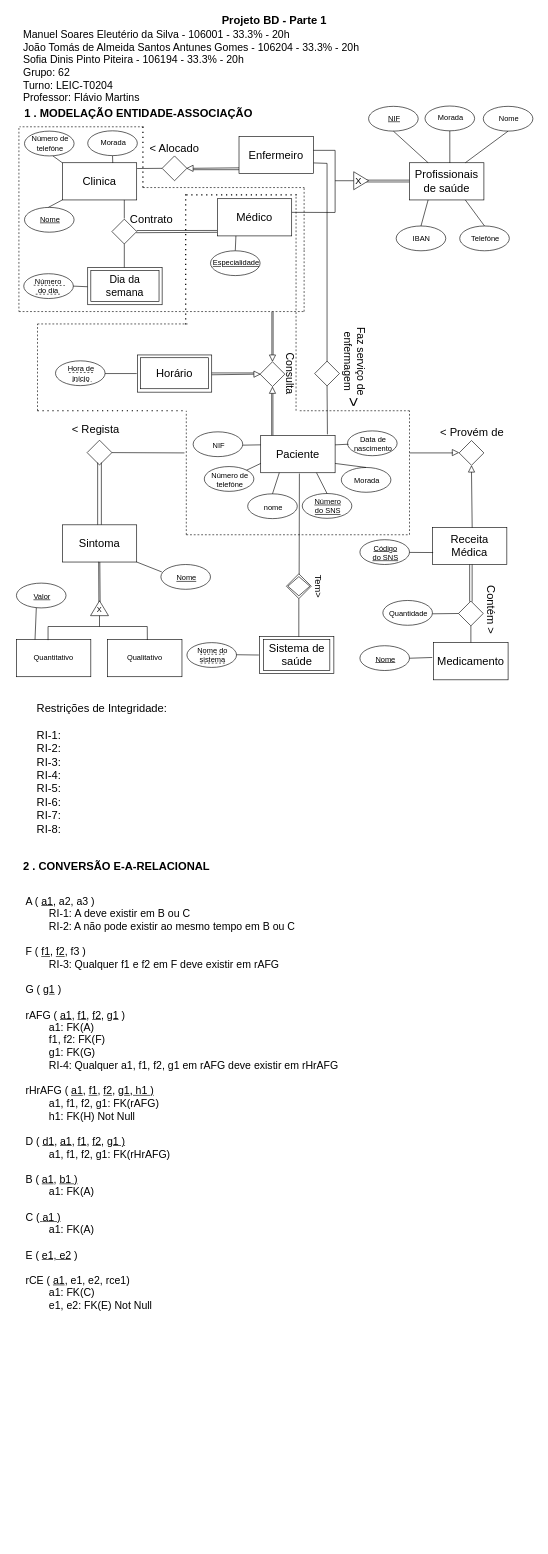
The draw.io diagram Exercicio1.drawio in sofi004/DataBase-Project, before the edit. Source tidied: cells renumbered, new cells numbered last; positions are measured from the earlier drawing's top-left corner, leaving out a move shared by most shapes. Both pictures are drawn from the tidied source at 62%, with x=0, y=0 at pixel (11, 11).
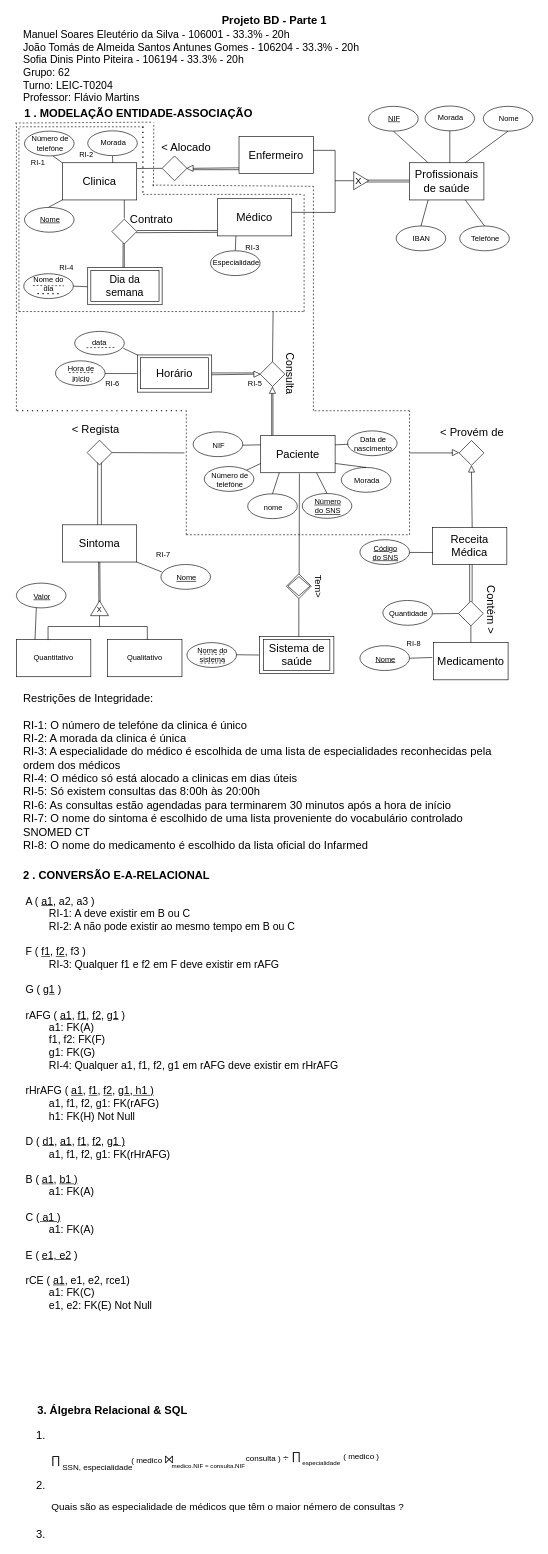
The same diagram, later.

The change refers to these unchanged cells:
```xml
<mxCell id="14" value="&lt;font style=&quot;font-size: 18px;&quot;&gt;Enfermeiro&lt;/font&gt;" style="rounded=0;whiteSpace=wrap;html=1;fontSize=13;" parent="1" vertex="1">
  <mxGeometry x="368" y="202.5" width="120" height="60" as="geometry" />
</mxCell>
<mxCell id="16" style="rhombus;whiteSpace=wrap;html=1;fontSize=18;" parent="1" vertex="1">
  <mxGeometry x="163" y="336" width="40" height="40" as="geometry" />
</mxCell>
<mxCell id="42" style="rhombus;whiteSpace=wrap;html=1;fontSize=18;" parent="1" vertex="1">
  <mxGeometry x="402" y="566" width="40" height="40" as="geometry" />
</mxCell>
<mxCell id="55" style="rounded=0;whiteSpace=wrap;html=1;" parent="1" vertex="1">
  <mxGeometry x="204" y="555" width="120" height="60" as="geometry" />
</mxCell>
<mxCell id="103" style="rounded=0;whiteSpace=wrap;html=1;fontSize=17;" parent="1" vertex="1">
  <mxGeometry x="124" y="414" width="120" height="60" as="geometry" />
</mxCell>
<mxCell id="121" value="&lt;b&gt;1 . MODELAÇÃO ENTIDADE-ASSOCIAÇÃO&lt;/b&gt;" style="text;html=1;strokeColor=none;fillColor=none;align=left;verticalAlign=middle;whiteSpace=wrap;rounded=0;fontSize=18;" parent="1" vertex="1">
  <mxGeometry x="20" y="150.5" width="780" height="30" as="geometry" />
</mxCell>
```

Change to the diagram source:
```diff
@@
     <mxCell id="24" value="&amp;lt; Alocado" style="text;html=1;strokeColor=none;fillColor=none;align=center;verticalAlign=middle;whiteSpace=wrap;rounded=0;fontSize=18;" parent="1" vertex="1">
-      <mxGeometry x="219" y="206.5" width="90" height="30" as="geometry" />
+      <mxGeometry x="238" y="205.5" width="90" height="30" as="geometry" />
     </mxCell>
@@
-    <mxCell id="29" style="endArrow=none;html=1;fontSize=18;exitX=1;exitY=0.5;exitDx=0;exitDy=0;entryX=0;entryY=0.5;entryDx=0;entryDy=0;" parent="1" edge="1" source="31">
+    <mxCell id="29" style="endArrow=none;html=1;fontSize=18;exitX=1;exitY=0.5;exitDx=0;exitDy=0;entryX=0;entryY=0.5;entryDx=0;entryDy=0;" parent="1" edge="1">
       <mxGeometry relative="1" as="geometry">
+        <mxPoint x="100.8" y="444" as="sourcePoint" />
         <mxPoint x="124" y="445" as="targetPoint" />
       </mxGeometry>
     </mxCell>
@@
-    <mxCell id="31" value="Número&lt;br&gt;do dia" style="text;html=1;strokeColor=none;fillColor=none;align=center;verticalAlign=middle;whiteSpace=wrap;rounded=0;fontSize=12;" parent="1" vertex="1">
-      <mxGeometry x="20.2" y="429" width="80.5" height="30" as="geometry" />
-    </mxCell>
-    <mxCell id="32" style="endArrow=none;dashed=1;html=1;fontSize=18;" parent="1" edge="1">
-      <mxGeometry relative="1" as="geometry">
-        <mxPoint x="473" y="385" as="sourcePoint" />
-        <mxPoint x="473" y="285" as="targetPoint" />
-      </mxGeometry>
-    </mxCell>
     <mxCell id="33" style="endArrow=none;dashed=1;html=1;fontSize=18;" parent="1" edge="1">
       <mxGeometry relative="1" as="geometry">
         <mxPoint x="473" y="485" as="sourcePoint" />
-        <mxPoint x="473" y="385" as="targetPoint" />
+        <mxPoint x="473" y="293" as="targetPoint" />
       </mxGeometry>
     </mxCell>
@@
     <mxCell id="37" style="endArrow=none;dashed=1;html=1;dashPattern=1 3;strokeWidth=2;fontSize=18;" parent="1" edge="1">
       <mxGeometry relative="1" as="geometry">
-        <mxPoint x="213" y="285" as="sourcePoint" />
+        <mxPoint x="213" y="293" as="sourcePoint" />
         <mxPoint x="213" y="187" as="targetPoint" />
       </mxGeometry>
     </mxCell>
     <mxCell id="38" style="endArrow=none;dashed=1;html=1;fontSize=18;" parent="1" edge="1">
       <mxGeometry relative="1" as="geometry">
-        <mxPoint x="213" y="285" as="sourcePoint" />
-        <mxPoint x="473.5" y="285" as="targetPoint" />
+        <mxPoint x="228" y="281" as="sourcePoint" />
+        <mxPoint x="488" y="283" as="targetPoint" />
       </mxGeometry>
     </mxCell>
@@
-    <mxCell id="40" style="endArrow=none;html=1;fontSize=18;" parent="1" edge="1">
-      <mxGeometry relative="1" as="geometry">
-        <mxPoint x="510" y="566.8" as="sourcePoint" />
-        <mxPoint x="510" y="246" as="targetPoint" />
-      </mxGeometry>
-    </mxCell>
-    <mxCell id="41" style="rhombus;whiteSpace=wrap;html=1;fontSize=18;" parent="1" vertex="1">
-      <mxGeometry x="490" y="565" width="40" height="40" as="geometry" />
-    </mxCell>
@@
-    <mxCell id="43" style="endArrow=none;html=1;fontSize=18;" parent="1" edge="1">
+    <mxCell id="43" style="endArrow=none;html=1;fontSize=18;exitX=0.5;exitY=0;exitDx=0;exitDy=0;" parent="1" edge="1" source="42">
       <mxGeometry relative="1" as="geometry">
-        <mxPoint x="423" y="555" as="sourcePoint" />
         <mxPoint x="423" y="485" as="targetPoint" />
       </mxGeometry>
     </mxCell>
-    <mxCell id="44" style="endArrow=none;html=1;fontSize=18;" parent="1" edge="1">
-      <mxGeometry relative="1" as="geometry">
-        <mxPoint x="421" y="555" as="sourcePoint" />
-        <mxPoint x="421" y="485" as="targetPoint" />
-      </mxGeometry>
-    </mxCell>
-    <mxCell id="45" style="triangle;whiteSpace=wrap;html=1;fontSize=18;direction=south;fillColor=#FFFFFF;" parent="1" vertex="1">
-      <mxGeometry x="417" y="555" width="10" height="10" as="geometry" />
-    </mxCell>
@@
-    <mxCell id="54" style="endArrow=none;html=1;fontSize=18;entryX=0.5;entryY=1;entryDx=0;entryDy=0;exitX=0.905;exitY=-0.032;exitDx=0;exitDy=0;exitPerimeter=0;" parent="1" edge="1" target="41">
-      <mxGeometry relative="1" as="geometry">
-        <mxPoint x="510.6" y="683.1" as="sourcePoint" />
-      </mxGeometry>
-    </mxCell>
@@
     <mxCell id="61" style="endArrow=none;dashed=1;html=1;fontSize=18;" parent="1" edge="1">
       <mxGeometry relative="1" as="geometry">
-        <mxPoint x="36.8" y="442.6" as="sourcePoint" />
-        <mxPoint x="87" y="443" as="targetPoint" />
+        <mxPoint x="35.6" y="443" as="sourcePoint" />
+        <mxPoint x="85.9" y="443.4" as="targetPoint" />
       </mxGeometry>
     </mxCell>
-    <mxCell id="62" style="endArrow=none;dashed=1;html=1;fontSize=18;" parent="1" edge="1">
-      <mxGeometry relative="1" as="geometry">
-        <mxPoint x="40.1" y="457" as="sourcePoint" />
-        <mxPoint x="79.4" y="457" as="targetPoint" />
-      </mxGeometry>
-    </mxCell>
@@
-    <mxCell id="65" value="&lt;u&gt;Especialidade&lt;/u&gt;" style="text;html=1;strokeColor=none;fillColor=none;align=center;verticalAlign=middle;whiteSpace=wrap;rounded=0;fontSize=12;" parent="1" vertex="1">
+    <mxCell id="65" value="Especialidade" style="text;html=1;strokeColor=none;fillColor=none;align=center;verticalAlign=middle;whiteSpace=wrap;rounded=0;fontSize=12;" parent="1" vertex="1">
       <mxGeometry x="323.5" y="397" width="78.5" height="19" as="geometry" />
     </mxCell>
@@
-    <mxCell id="72" style="endArrow=none;html=1;fontSize=18;exitX=1.004;exitY=0.713;exitDx=0;exitDy=0;exitPerimeter=0;" parent="1" edge="1" source="14">
-      <mxGeometry relative="1" as="geometry">
-        <mxPoint x="510" y="246" as="targetPoint" />
-      </mxGeometry>
-    </mxCell>
-    <mxCell id="73" style="endArrow=none;dashed=1;html=1;dashPattern=1 3;strokeWidth=2;fontSize=18;" parent="1" edge="1">
-      <mxGeometry relative="1" as="geometry">
-        <mxPoint x="283" y="297" as="sourcePoint" />
-        <mxPoint x="463" y="297" as="targetPoint" />
-      </mxGeometry>
-    </mxCell>
-    <mxCell id="74" style="endArrow=none;dashed=1;html=1;dashPattern=1 3;strokeWidth=2;fontSize=18;" parent="1" edge="1">
-      <mxGeometry relative="1" as="geometry">
-        <mxPoint x="282" y="506" as="sourcePoint" />
-        <mxPoint x="282" y="296" as="targetPoint" />
-      </mxGeometry>
-    </mxCell>
     <mxCell id="75" style="endArrow=none;dashed=1;html=1;fontSize=18;" parent="1" edge="1">
       <mxGeometry relative="1" as="geometry">
-        <mxPoint x="460" y="645" as="sourcePoint" />
-        <mxPoint x="460" y="296" as="targetPoint" />
+        <mxPoint x="488" y="645" as="sourcePoint" />
+        <mxPoint x="488" y="283" as="targetPoint" />
       </mxGeometry>
     </mxCell>
-    <mxCell id="76" style="endArrow=none;dashed=1;html=1;fontSize=18;" parent="1" edge="1">
-      <mxGeometry relative="1" as="geometry">
-        <mxPoint x="43" y="505" as="sourcePoint" />
-        <mxPoint x="285" y="505" as="targetPoint" />
-      </mxGeometry>
-    </mxCell>
     <mxCell id="77" style="endArrow=none;dashed=1;html=1;fontSize=18;" parent="1" edge="1">
       <mxGeometry relative="1" as="geometry">
-        <mxPoint x="43" y="645" as="sourcePoint" />
-        <mxPoint x="43" y="505" as="targetPoint" />
+        <mxPoint x="9" y="645" as="sourcePoint" />
+        <mxPoint x="9" y="181.9" as="targetPoint" />
       </mxGeometry>
     </mxCell>
     <mxCell id="78" style="endArrow=none;dashed=1;html=1;dashPattern=1 3;strokeWidth=2;fontSize=18;" parent="1" edge="1">
       <mxGeometry relative="1" as="geometry">
-        <mxPoint x="43" y="645" as="sourcePoint" />
+        <mxPoint x="10" y="645" as="sourcePoint" />
         <mxPoint x="283" y="645" as="targetPoint" />
       </mxGeometry>
     </mxCell>
@@
     <mxCell id="99" style="endArrow=none;dashed=1;html=1;fontSize=18;" parent="1" edge="1">
       <mxGeometry relative="1" as="geometry">
         <mxPoint x="643" y="645" as="sourcePoint" />
-        <mxPoint x="463" y="645" as="targetPoint" />
+        <mxPoint x="490" y="645" as="targetPoint" />
       </mxGeometry>
     </mxCell>
@@
-    <mxCell id="106" value="Faz serviço de&lt;br&gt;enfermagem" style="text;html=1;strokeColor=none;fillColor=none;align=center;verticalAlign=middle;whiteSpace=wrap;rounded=0;fontSize=17;rotation=90;" parent="1" vertex="1">
-      <mxGeometry x="487.5" y="550" width="134" height="30" as="geometry" />
-    </mxCell>
-    <mxCell id="107" value="&lt;font style=&quot;font-size: 26px;&quot;&gt;&amp;gt;&lt;/font&gt;" style="text;html=1;strokeColor=none;fillColor=none;align=center;verticalAlign=middle;whiteSpace=wrap;rounded=0;fontSize=17;rotation=90;" parent="1" vertex="1">
-      <mxGeometry x="523.5" y="616" width="60" height="30" as="geometry" />
-    </mxCell>
@@
-    <mxCell id="120" value="Restrições de Integridade:&lt;br&gt;&lt;br&gt;RI-1:&lt;br&gt;RI-2:&lt;br&gt;RI-3:&lt;br&gt;RI-4:&lt;br&gt;RI-5:&lt;br&gt;RI-6:&lt;br&gt;RI-7:&lt;br&gt;RI-8:" style="text;html=1;strokeColor=none;fillColor=none;align=left;verticalAlign=middle;whiteSpace=wrap;rounded=0;fontSize=18;" parent="1" vertex="1">
-      <mxGeometry x="40" y="1113" width="760" height="220" as="geometry" />
+    <mxCell id="120" value="Restrições de Integridade:&lt;br&gt;&lt;br&gt;RI-1: O número de telefóne da clinica é único&lt;br&gt;RI-2: A morada da clinica é única&amp;nbsp;&lt;br&gt;RI-3: A especialidade do médico é escolhida de uma lista de especialidades reconhecidas pela ordem dos médicos&lt;br&gt;RI-4: O médico só está alocado a clinicas em dias úteis&lt;br&gt;RI-5: Só existem consultas das 8:00h às 20:00h&lt;br&gt;RI-6: As consultas estão agendadas para terminarem 30 minutos após a hora de início&lt;br&gt;RI-7: O nome do sintoma é escolhido de uma lista proveniente do vocabulário controlado SNOMED CT&lt;br&gt;RI-8: O nome do medicamento é escolhido da lista oficial do Infarmed" style="text;html=1;strokeColor=none;fillColor=none;align=left;verticalAlign=middle;whiteSpace=wrap;rounded=0;fontSize=18;" parent="1" vertex="1">
+      <mxGeometry x="17.5" y="1103" width="760" height="250" as="geometry" />
     </mxCell>
@@
     <mxCell id="122" value="&lt;b&gt;2 . CONVERSÃO E-A-RELACIONAL&lt;/b&gt;" style="text;html=1;strokeColor=none;fillColor=none;align=left;verticalAlign=middle;whiteSpace=wrap;rounded=0;fontSize=18;" parent="1" vertex="1">
-      <mxGeometry x="18" y="1366" width="780" height="30" as="geometry" />
+      <mxGeometry x="18" y="1379" width="780" height="30" as="geometry" />
     </mxCell>
@@
+    <mxCell id="182" value="RI-1" style="text;html=1;strokeColor=none;fillColor=none;align=center;verticalAlign=middle;whiteSpace=wrap;rounded=0;" parent="1" vertex="1">
+      <mxGeometry x="13.5" y="229.5" width="60" height="30" as="geometry" />
+    </mxCell>
+    <mxCell id="183" value="RI-2" style="text;html=1;strokeColor=none;fillColor=none;align=center;verticalAlign=middle;whiteSpace=wrap;rounded=0;" parent="1" vertex="1">
+      <mxGeometry x="92" y="217.5" width="60" height="30" as="geometry" />
+    </mxCell>
+    <mxCell id="184" value="RI-3" style="text;html=1;strokeColor=none;fillColor=none;align=center;verticalAlign=middle;whiteSpace=wrap;rounded=0;" parent="1" vertex="1">
+      <mxGeometry x="360" y="367" width="60" height="30" as="geometry" />
+    </mxCell>
+    <mxCell id="185" value="RI-4" style="text;html=1;strokeColor=none;fillColor=none;align=center;verticalAlign=middle;whiteSpace=wrap;rounded=0;" parent="1" vertex="1">
+      <mxGeometry x="60" y="399" width="60" height="30" as="geometry" />
+    </mxCell>
+    <mxCell id="186" value="data" style="ellipse;whiteSpace=wrap;html=1;" parent="1" vertex="1">
+      <mxGeometry x="103" y="517" width="80" height="38" as="geometry" />
+    </mxCell>
+    <mxCell id="187" style="endArrow=none;html=1;exitX=0;exitY=0;exitDx=0;exitDy=0;entryX=0.981;entryY=0.716;entryDx=0;entryDy=0;entryPerimeter=0;" parent="1" edge="1" source="55" target="186">
+      <mxGeometry relative="1" as="geometry" />
+    </mxCell>
+    <mxCell id="188" style="endArrow=none;dashed=1;html=1;" parent="1" edge="1">
+      <mxGeometry relative="1" as="geometry">
+        <mxPoint x="167" y="543" as="sourcePoint" />
+        <mxPoint x="119" y="543.2" as="targetPoint" />
+      </mxGeometry>
+    </mxCell>
+    <mxCell id="189" value="Nome do" style="text;html=1;strokeColor=none;fillColor=none;align=center;verticalAlign=middle;whiteSpace=wrap;rounded=0;" parent="1" vertex="1">
+      <mxGeometry x="30.8" y="419" width="60" height="30" as="geometry" />
+    </mxCell>
+    <mxCell id="190" style="endArrow=none;dashed=1;html=1;dashPattern=1 3;strokeWidth=2;" parent="1" edge="1">
+      <mxGeometry relative="1" as="geometry">
+        <mxPoint x="43" y="456" as="sourcePoint" />
+        <mxPoint x="83" y="456" as="targetPoint" />
+      </mxGeometry>
+    </mxCell>
+    <mxCell id="191" value="dia" style="text;html=1;strokeColor=none;fillColor=none;align=center;verticalAlign=middle;whiteSpace=wrap;rounded=0;" parent="1" vertex="1">
+      <mxGeometry x="30.8" y="434" width="60" height="30" as="geometry" />
+    </mxCell>
+    <mxCell id="192" style="endArrow=none;dashed=1;html=1;" parent="1" edge="1">
+      <mxGeometry relative="1" as="geometry">
+        <mxPoint x="213" y="296" as="sourcePoint" />
+        <mxPoint x="470" y="296" as="targetPoint" />
+      </mxGeometry>
+    </mxCell>
+    <mxCell id="193" style="endArrow=none;dashed=1;html=1;entryX=0.27;entryY=0.986;entryDx=0;entryDy=0;entryPerimeter=0;" parent="1" edge="1" target="121">
+      <mxGeometry relative="1" as="geometry">
+        <mxPoint x="230" y="283" as="sourcePoint" />
+      </mxGeometry>
+    </mxCell>
+    <mxCell id="194" style="endArrow=none;dashed=1;html=1;entryX=0.271;entryY=1.032;entryDx=0;entryDy=0;entryPerimeter=0;" parent="1" edge="1">
+      <mxGeometry relative="1" as="geometry">
+        <mxPoint x="7" y="181" as="sourcePoint" />
+        <mxPoint x="228.4" y="179.5" as="targetPoint" />
+      </mxGeometry>
+    </mxCell>
+    <mxCell id="195" style="endArrow=none;html=1;entryX=0.452;entryY=0.958;entryDx=0;entryDy=0;entryPerimeter=0;exitX=0.474;exitY=-0.001;exitDx=0;exitDy=0;exitPerimeter=0;" parent="1" edge="1" source="103" target="16">
+      <mxGeometry relative="1" as="geometry" />
+    </mxCell>
+    <mxCell id="196" value="RI-6" style="text;html=1;strokeColor=none;fillColor=none;align=center;verticalAlign=middle;whiteSpace=wrap;rounded=0;" parent="1" vertex="1">
+      <mxGeometry x="134" y="587" width="60" height="30" as="geometry" />
+    </mxCell>
+    <mxCell id="197" value="RI-5" style="text;html=1;strokeColor=none;fillColor=none;align=center;verticalAlign=middle;whiteSpace=wrap;rounded=0;" parent="1" vertex="1">
+      <mxGeometry x="364" y="587" width="60" height="30" as="geometry" />
+    </mxCell>
+    <mxCell id="198" value="RI-7" style="text;html=1;strokeColor=none;fillColor=none;align=center;verticalAlign=middle;whiteSpace=wrap;rounded=0;" parent="1" vertex="1">
+      <mxGeometry x="216" y="863" width="60" height="30" as="geometry" />
+    </mxCell>
+    <mxCell id="199" value="RI-8" style="text;html=1;strokeColor=none;fillColor=none;align=center;verticalAlign=middle;whiteSpace=wrap;rounded=0;" parent="1" vertex="1">
+      <mxGeometry x="620" y="1006" width="60" height="30" as="geometry" />
+    </mxCell>
+    <mxCell id="200" value="&lt;font style=&quot;font-size: 18px;&quot;&gt;∏&lt;/font&gt;" style="text;html=1;strokeColor=none;fillColor=none;align=center;verticalAlign=middle;whiteSpace=wrap;rounded=0;" parent="1" vertex="1">
+      <mxGeometry x="43" y="2323" width="60" height="30" as="geometry" />
+    </mxCell>
+    <mxCell id="201" value="&lt;b&gt;&lt;font style=&quot;font-size: 18px;&quot;&gt;3. Álgebra Relacional &amp;amp; SQL&lt;/font&gt;&lt;/b&gt;" style="text;html=1;strokeColor=none;fillColor=none;align=left;verticalAlign=middle;whiteSpace=wrap;rounded=0;" parent="1" vertex="1">
+      <mxGeometry x="40.8" y="2243" width="759.2" height="30" as="geometry" />
+    </mxCell>
+    <mxCell id="202" value="1. " style="text;html=1;strokeColor=none;fillColor=none;align=left;verticalAlign=middle;whiteSpace=wrap;rounded=0;fontSize=18;" parent="1" vertex="1">
+      <mxGeometry x="39" y="2283" width="60" height="30" as="geometry" />
+    </mxCell>
+    <mxCell id="203" value="&lt;font style=&quot;font-size: 13px;&quot;&gt;SSN, especialidade&lt;/font&gt;" style="text;html=1;strokeColor=none;fillColor=none;align=center;verticalAlign=middle;whiteSpace=wrap;rounded=0;fontSize=18;" parent="1" vertex="1">
+      <mxGeometry x="60" y="2333" width="160" height="30" as="geometry" />
+    </mxCell>
+    <mxCell id="204" value="( medico&amp;nbsp;&lt;font style=&quot;font-size: 18px;&quot;&gt;⨝&lt;/font&gt;&amp;nbsp;" style="text;html=1;strokeColor=none;fillColor=none;align=center;verticalAlign=middle;whiteSpace=wrap;rounded=0;fontSize=13;" parent="1" vertex="1">
+      <mxGeometry x="189" y="2322" width="83" height="30" as="geometry" />
+    </mxCell>
+    <mxCell id="205" value="&lt;font style=&quot;font-size: 10px;&quot;&gt;medico.NIF = consulta.NIF&lt;/font&gt;" style="text;html=1;strokeColor=none;fillColor=none;align=center;verticalAlign=middle;whiteSpace=wrap;rounded=0;fontSize=18;" parent="1" vertex="1">
+      <mxGeometry x="239" y="2329" width="160" height="30" as="geometry" />
+    </mxCell>
+    <mxCell id="206" value="consulta )&amp;nbsp;&lt;font style=&quot;font-size: 16px;&quot;&gt;÷&lt;/font&gt;&amp;nbsp;" style="text;html=1;strokeColor=none;fillColor=none;align=center;verticalAlign=middle;whiteSpace=wrap;rounded=0;fontSize=13;" parent="1" vertex="1">
+      <mxGeometry x="373.8" y="2319" width="83" height="30" as="geometry" />
+    </mxCell>
+    <mxCell id="207" value="&lt;font style=&quot;font-size: 18px;&quot;&gt;∏&lt;/font&gt;" style="text;html=1;strokeColor=none;fillColor=none;align=center;verticalAlign=middle;whiteSpace=wrap;rounded=0;" parent="1" vertex="1">
+      <mxGeometry x="431" y="2317" width="60" height="30" as="geometry" />
+    </mxCell>
+    <mxCell id="208" value="&lt;span style=&quot;font-size: 10px;&quot;&gt;especialidade&lt;/span&gt;" style="text;html=1;strokeColor=none;fillColor=none;align=center;verticalAlign=middle;whiteSpace=wrap;rounded=0;fontSize=18;" parent="1" vertex="1">
+      <mxGeometry x="421" y="2325" width="160" height="30" as="geometry" />
+    </mxCell>
+    <mxCell id="209" value="( medico )" style="text;html=1;strokeColor=none;fillColor=none;align=center;verticalAlign=middle;whiteSpace=wrap;rounded=0;fontSize=13;" parent="1" vertex="1">
+      <mxGeometry x="523.5" y="2317" width="83" height="30" as="geometry" />
+    </mxCell>
+    <mxCell id="210" value="2. " style="text;html=1;strokeColor=none;fillColor=none;align=left;verticalAlign=middle;whiteSpace=wrap;rounded=0;fontSize=18;" parent="1" vertex="1">
+      <mxGeometry x="39" y="2363" width="60" height="30" as="geometry" />
+    </mxCell>
+    <mxCell id="211" value="Quais são as especialidade de médicos que têm o maior némero de consultas ?" style="text;html=1;strokeColor=none;fillColor=none;align=center;verticalAlign=middle;whiteSpace=wrap;rounded=0;fontSize=16;" parent="1" vertex="1">
+      <mxGeometry x="50" y="2393" width="600" height="40" as="geometry" />
+    </mxCell>
+    <mxCell id="212" value="3." style="text;html=1;strokeColor=none;fillColor=none;align=left;verticalAlign=middle;whiteSpace=wrap;rounded=0;fontSize=18;" parent="1" vertex="1">
+      <mxGeometry x="39" y="2443" width="60" height="30" as="geometry" />
+    </mxCell>
```
